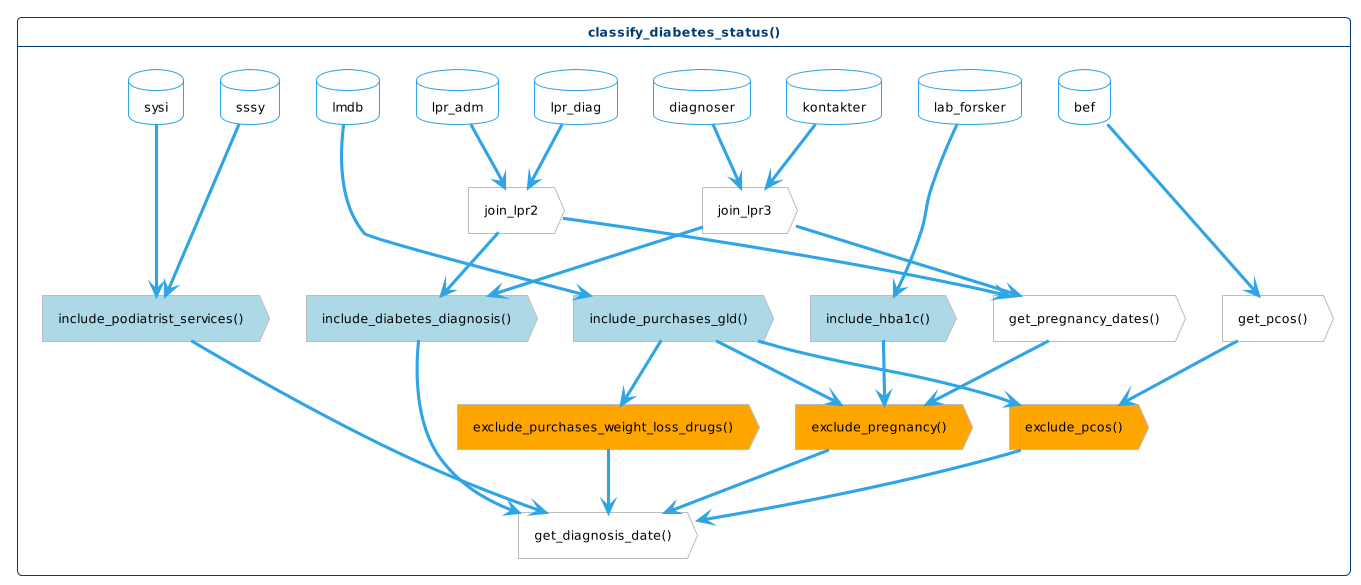
This is vignettes/images/function-flow.png from steno-aarhus/osdc, a PlantUML export, as it was before one commit.
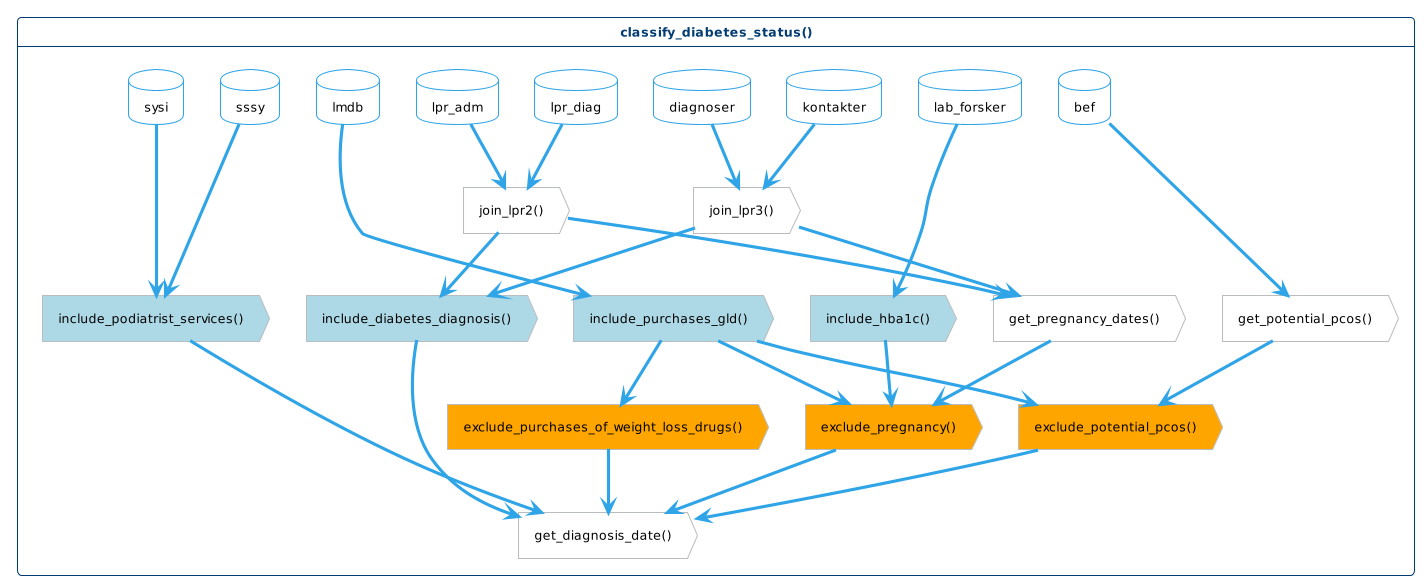
After the commit.

Commit message:
docs: update png based on review feedback

Diff of the diagram source:
```diff
@@ -32,15 +32,15 @@
     }
 
     action "get_pregnancy_dates()" as pregnancy
-    action "get_pcos()" as pcos
+    action "get_potential_pcos()" as pcos
     action "get_diagnosis_date()" as diagnosis_date
-    action "join_lpr2" as lpr2
-    action "join_lpr3" as lpr3
+    action "join_lpr2()" as lpr2
+    action "join_lpr3()" as lpr3
 
     together {
         action "exclude_pregnancy()" as ex_pregnancy <<exclusion>>
-        action "exclude_purchases_weight_loss_drugs()" as ex_wld <<exclusion>>
-        action "exclude_pcos()" as ex_pcos <<exclusion>>
+        action "exclude_purchases_of_weight_loss_drugs()" as ex_wld <<exclusion>>
+        action "exclude_potential_pcos()" as ex_pcos <<exclusion>>
     }
 
     together {
```
